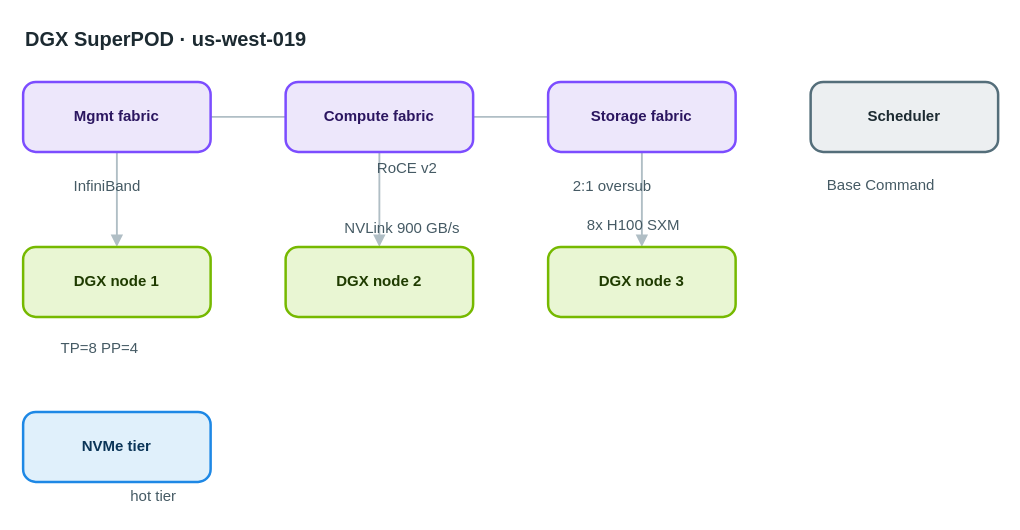
AryanG01/open-apprentice keeps this draw.io diagram as apps/web/public/samples/library/019-dgx-superpod.drawio. Above is the earlier version. Source tidied: cells renumbered, new cells numbered last; positions are measured from the earlier drawing's top-left corner, leaving out a move shared by most shapes. Both pictures are drawn from the tidied source at 125%, with x=0, y=0 at pixel (22, 21).
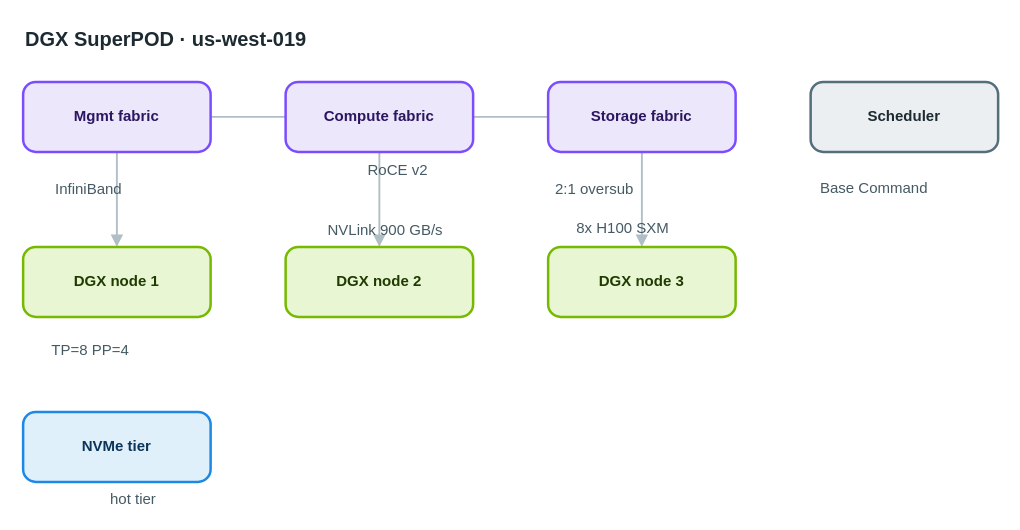
The same diagram, later.

Diff of the diagram source:
```diff
@@
-    <mxCell id="14" value="InfiniBand" style="text;html=1;align=center;verticalAlign=middle;whiteSpace=nowrap;strokeColor=none;fillColor=none;fontSize=12;fontColor=#455a64;" parent="1" vertex="1">
+    <mxCell id="14" value="InfiniBand" style="text;html=1;align=left;verticalAlign=top;whiteSpace=nowrap;spacing=0;spacingTop=0;strokeColor=none;fillColor=none;fontSize=12;fontColor=#455a64;" parent="1" vertex="1">
       <mxGeometry x="26" y="122" width="82" height="20" as="geometry" />
     </mxCell>
-    <mxCell id="15" value="RoCE v2" style="text;html=1;align=center;verticalAlign=middle;whiteSpace=nowrap;strokeColor=none;fillColor=none;fontSize=12;fontColor=#455a64;" parent="1" vertex="1">
+    <mxCell id="15" value="RoCE v2" style="text;html=1;align=left;verticalAlign=top;whiteSpace=nowrap;spacing=0;spacingTop=0;strokeColor=none;fillColor=none;fontSize=12;fontColor=#455a64;" parent="1" vertex="1">
       <mxGeometry x="276" y="107" width="61" height="20" as="geometry" />
     </mxCell>
-    <mxCell id="16" value="2:1 oversub" style="text;html=1;align=center;verticalAlign=middle;whiteSpace=nowrap;strokeColor=none;fillColor=none;fontSize=12;fontColor=#455a64;" parent="1" vertex="1">
+    <mxCell id="16" value="2:1 oversub" style="text;html=1;align=left;verticalAlign=top;whiteSpace=nowrap;spacing=0;spacingTop=0;strokeColor=none;fillColor=none;fontSize=12;fontColor=#455a64;" parent="1" vertex="1">
       <mxGeometry x="426" y="122" width="89" height="20" as="geometry" />
     </mxCell>
-    <mxCell id="17" value="TP=8 PP=4" style="text;html=1;align=center;verticalAlign=middle;whiteSpace=nowrap;strokeColor=none;fillColor=none;fontSize=12;fontColor=#455a64;" parent="1" vertex="1">
+    <mxCell id="17" value="TP=8 PP=4" style="text;html=1;align=left;verticalAlign=top;whiteSpace=nowrap;spacing=0;spacingTop=0;strokeColor=none;fillColor=none;fontSize=12;fontColor=#455a64;" parent="1" vertex="1">
       <mxGeometry x="23" y="251" width="75" height="20" as="geometry" />
     </mxCell>
-    <mxCell id="18" value="NVLink 900 GB/s" style="text;html=1;align=center;verticalAlign=middle;whiteSpace=nowrap;strokeColor=none;fillColor=none;fontSize=12;fontColor=#455a64;" parent="1" vertex="1">
+    <mxCell id="18" value="NVLink 900 GB/s" style="text;html=1;align=left;verticalAlign=top;whiteSpace=nowrap;spacing=0;spacingTop=0;strokeColor=none;fillColor=none;fontSize=12;fontColor=#455a64;" parent="1" vertex="1">
       <mxGeometry x="244" y="155" width="117" height="20" as="geometry" />
     </mxCell>
-    <mxCell id="19" value="8x H100 SXM" style="text;html=1;align=center;verticalAlign=middle;whiteSpace=nowrap;strokeColor=none;fillColor=none;fontSize=12;fontColor=#455a64;" parent="1" vertex="1">
+    <mxCell id="19" value="8x H100 SXM" style="text;html=1;align=left;verticalAlign=top;whiteSpace=nowrap;spacing=0;spacingTop=0;strokeColor=none;fillColor=none;fontSize=12;fontColor=#455a64;" parent="1" vertex="1">
       <mxGeometry x="443" y="153" width="89" height="20" as="geometry" />
     </mxCell>
-    <mxCell id="20" value="hot tier" style="text;html=1;align=center;verticalAlign=middle;whiteSpace=nowrap;strokeColor=none;fillColor=none;fontSize=12;fontColor=#455a64;" parent="1" vertex="1">
+    <mxCell id="20" value="hot tier" style="text;html=1;align=left;verticalAlign=top;whiteSpace=nowrap;spacing=0;spacingTop=0;strokeColor=none;fillColor=none;fontSize=12;fontColor=#455a64;" parent="1" vertex="1">
       <mxGeometry x="70" y="370" width="68" height="20" as="geometry" />
     </mxCell>
-    <mxCell id="21" value="Base Command" style="text;html=1;align=center;verticalAlign=middle;whiteSpace=nowrap;strokeColor=none;fillColor=none;fontSize=12;fontColor=#455a64;" parent="1" vertex="1">
+    <mxCell id="21" value="Base Command" style="text;html=1;align=left;verticalAlign=top;whiteSpace=nowrap;spacing=0;spacingTop=0;strokeColor=none;fillColor=none;fontSize=12;fontColor=#455a64;" parent="1" vertex="1">
       <mxGeometry x="638" y="121" width="96" height="20" as="geometry" />
     </mxCell>
```
